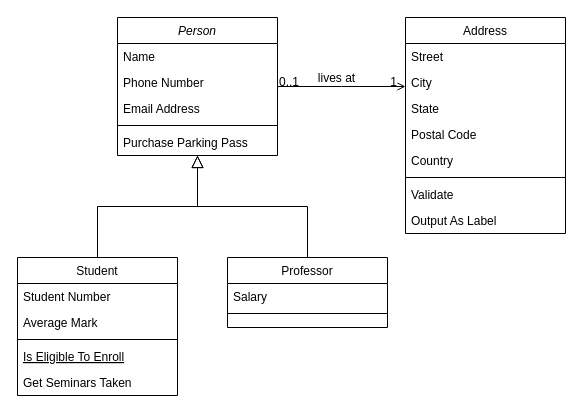
Above: Untitled Diagram.drawio in irismayigyu/ot-harjoitustyo (draw.io), before the change. Source tidied: cells renumbered, new cells numbered last; positions are measured from the earlier drawing's top-left corner, leaving out a move shared by most shapes. Both pictures are drawn from the tidied source at 100%, with x=0, y=0 at pixel (17, 17).
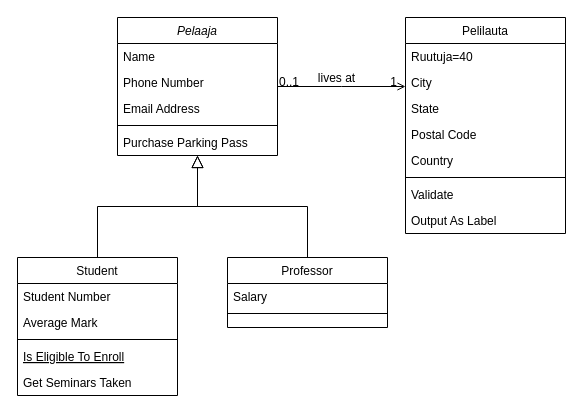
The same page after the edit.

Change to the diagram source:
```diff
@@
-    <mxCell id="2" value="Person" style="swimlane;fontStyle=2;align=center;verticalAlign=top;horizontal=1;startSize=26;rounded=0;shadow=0;strokeWidth=1;" parent="1" vertex="1">
+    <mxCell id="2" value="Pelaaja" style="swimlane;fontStyle=2;align=center;verticalAlign=top;horizontal=1;startSize=26;rounded=0;shadow=0;strokeWidth=1;" parent="1" vertex="1">
       <mxGeometry x="100" width="160" height="138" as="geometry" />
     </mxCell>
@@
-    <mxCell id="19" value="Address" style="swimlane;fontStyle=0;align=center;verticalAlign=top;horizontal=1;startSize=26;rounded=0;shadow=0;strokeWidth=1;" parent="1" vertex="1">
+    <mxCell id="19" value="Pelilauta" style="swimlane;fontStyle=0;align=center;verticalAlign=top;horizontal=1;startSize=26;rounded=0;shadow=0;strokeWidth=1;" parent="1" vertex="1">
       <mxGeometry x="388" width="160" height="216" as="geometry" />
     </mxCell>
-    <mxCell id="20" value="Street" style="text;align=left;verticalAlign=top;spacingLeft=4;spacingRight=4;overflow=hidden;" parent="19" vertex="1">
+    <mxCell id="20" value="Ruutuja=40" style="text;align=left;verticalAlign=top;spacingLeft=4;spacingRight=4;overflow=hidden;" parent="19" vertex="1">
       <mxGeometry y="26" width="160" height="26" as="geometry" />
     </mxCell>
```
